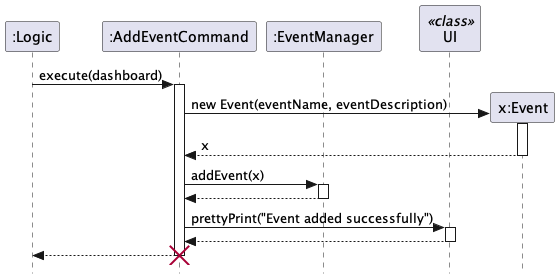
This is docs/images/executeAddEventCommand.png from JianJiaT/tp, a PlantUML export, as it was before one commit.
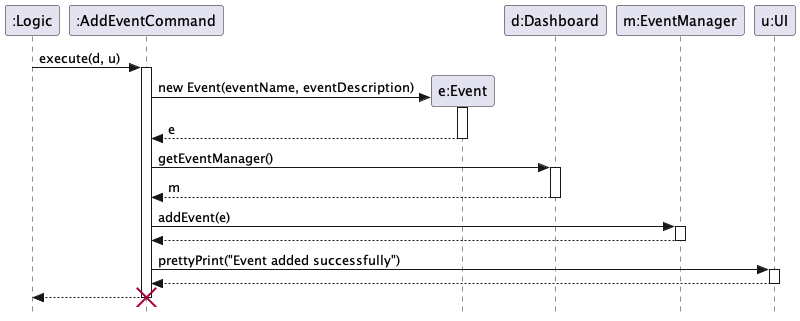
The same diagram one commit later.

Commit message:
Fix diagram bugs

What changed in the source:
```diff
@@ -3,21 +3,30 @@
 
 participant ":Logic" AS Logic
 participant ":AddEventCommand" AS AddEventCommand
-participant ":EventManager" AS EventManager
-participant UI <<class>>
 
-Logic -> AddEventCommand : execute(dashboard)
+Logic -> AddEventCommand : execute(d, u)
 activate AddEventCommand
-create "x:Event" as Event
+
+create "e:Event" as Event
 AddEventCommand -> Event: new Event(eventName, eventDescription)
 activate Event
-Event --> AddEventCommand : x
+Event --> AddEventCommand : e
 deactivate Event
 
-AddEventCommand -> EventManager : addEvent(x)
+participant "d:Dashboard" AS Dashboard
+participant "m:EventManager" AS EventManager
+
+AddEventCommand -> Dashboard : getEventManager()
+activate Dashboard
+Dashboard --> AddEventCommand : m
+deactivate Dashboard
+
+AddEventCommand -> EventManager : addEvent(e)
 activate EventManager
 EventManager --> AddEventCommand
 deactivate EventManager
+
+participant "u:UI" AS UI
 
 AddEventCommand -> UI : prettyPrint("Event added successfully")
 activate UI
```
